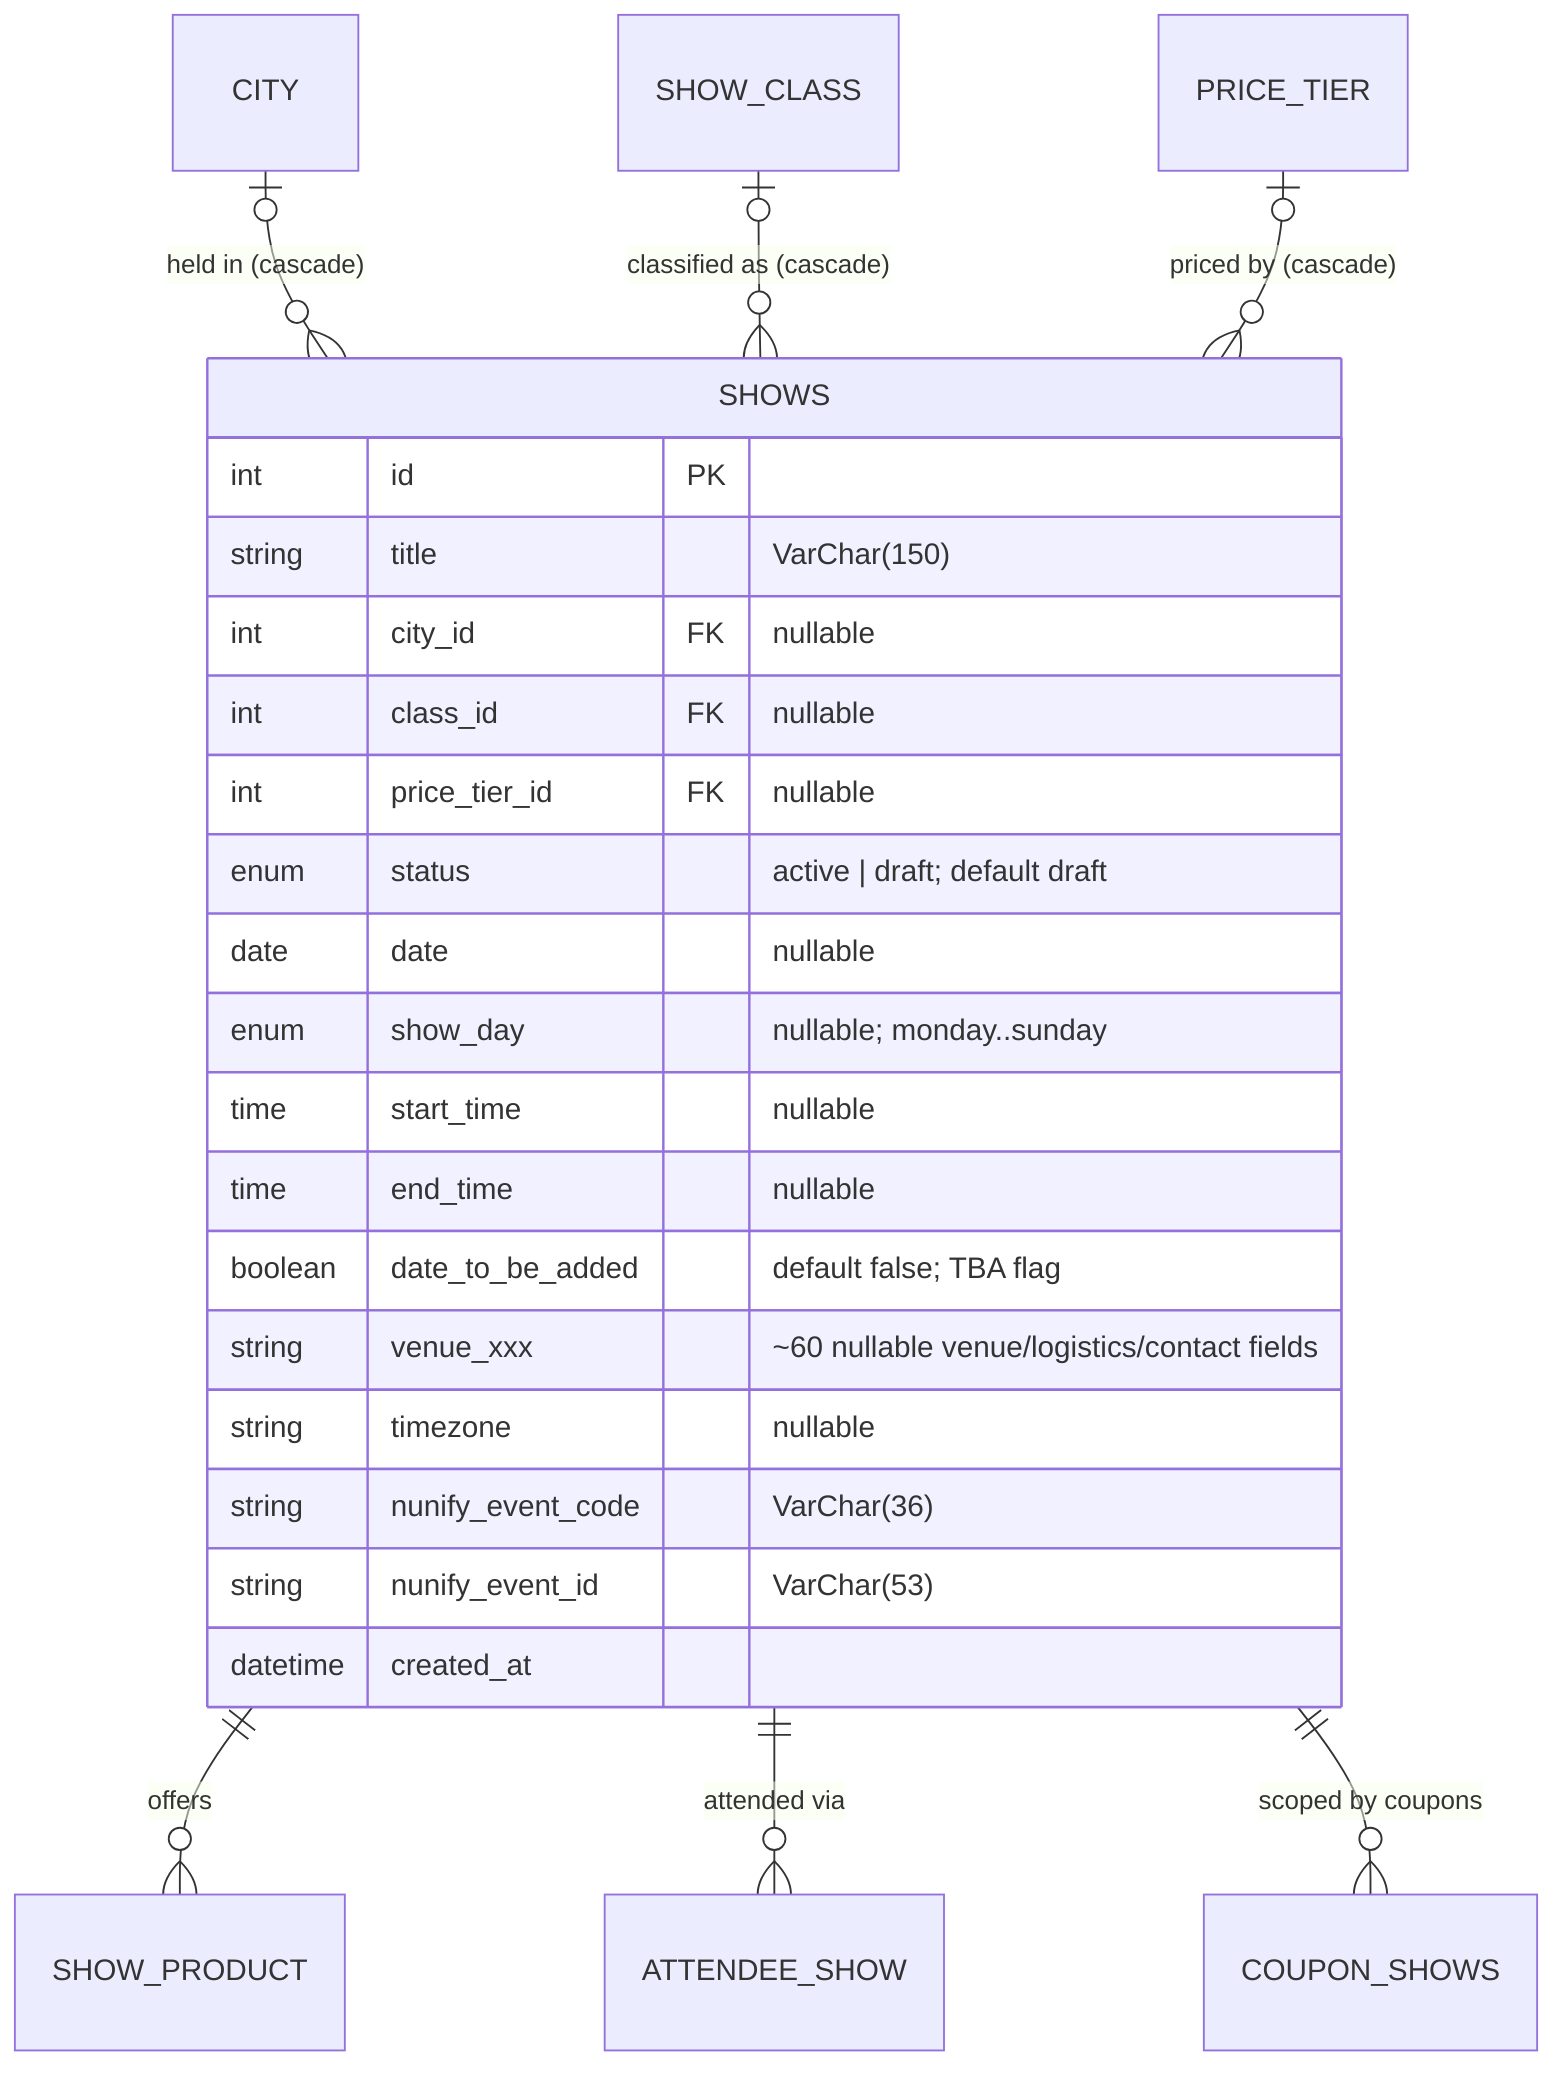
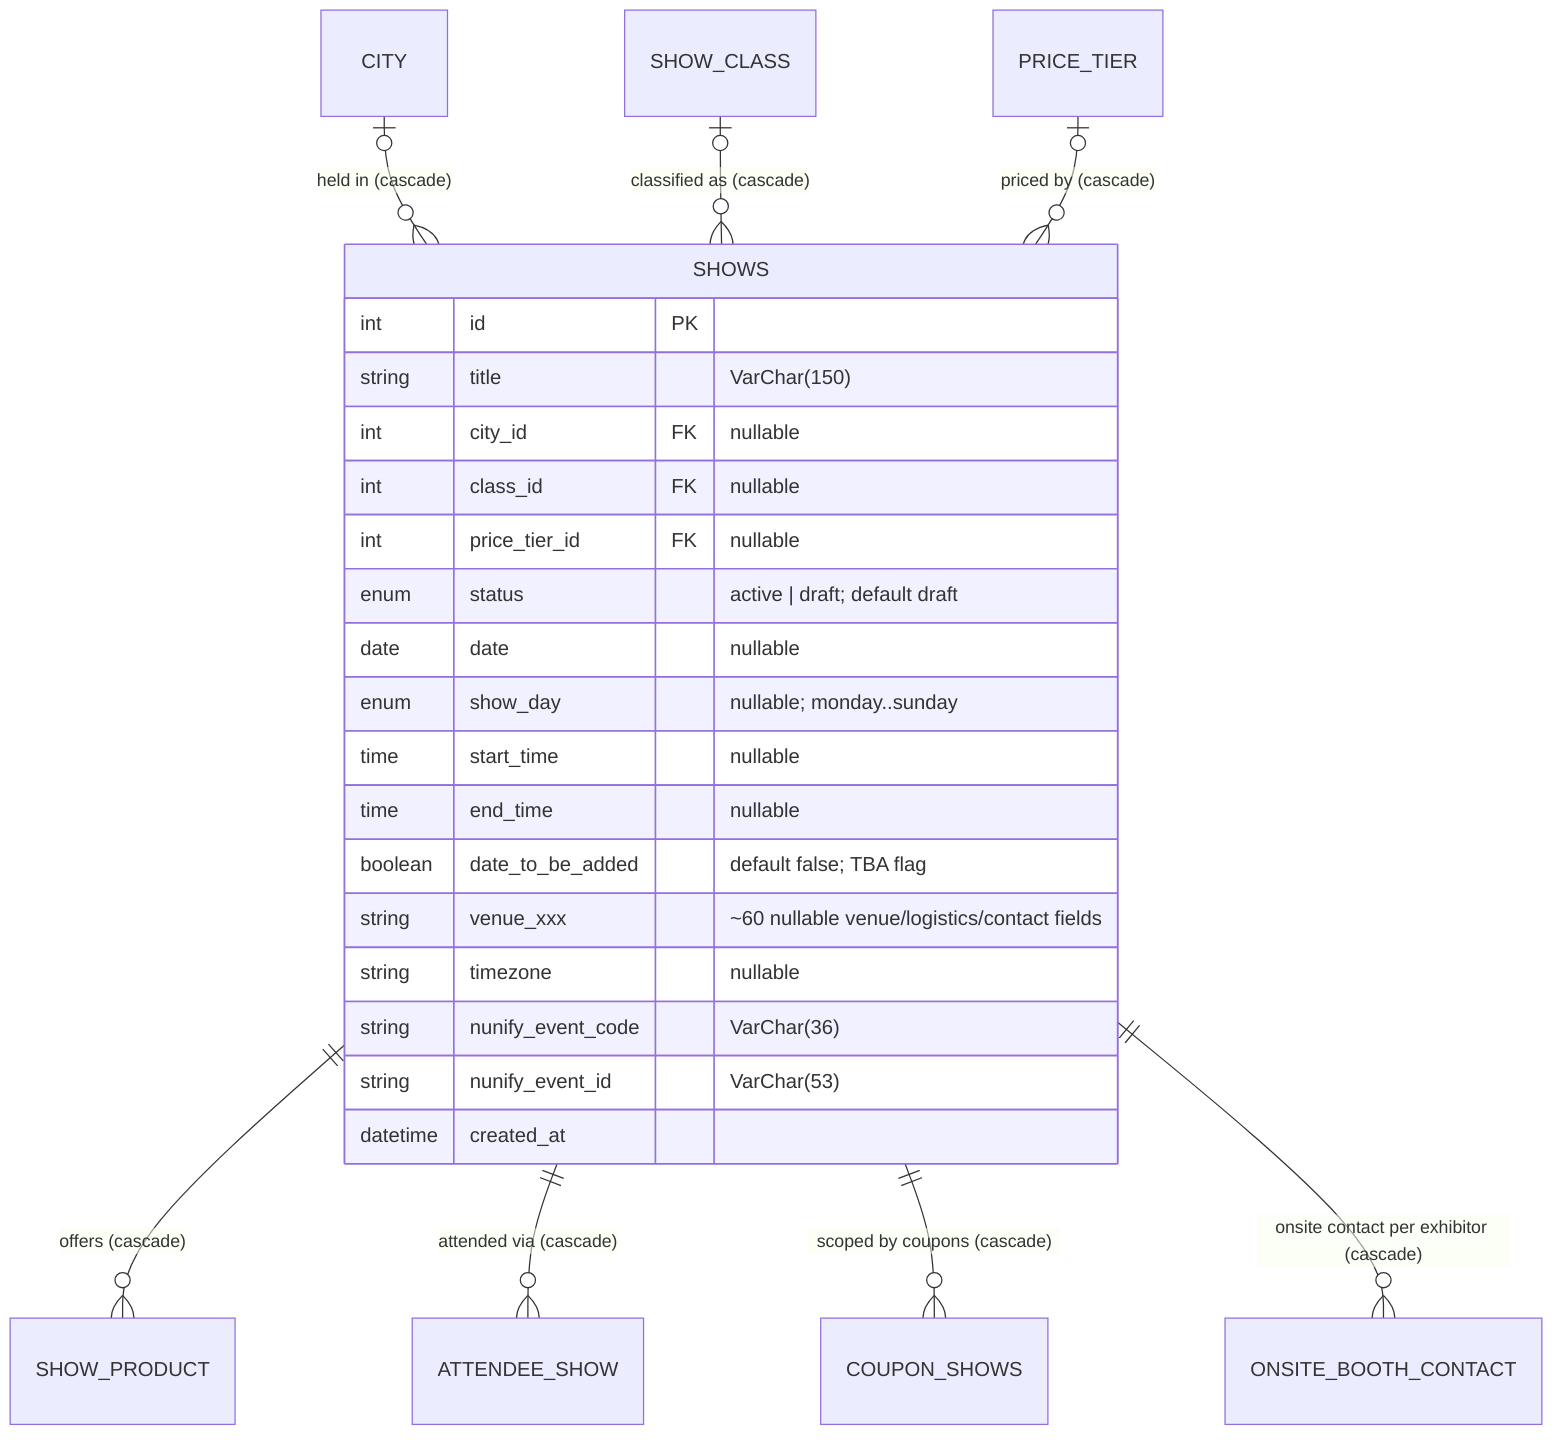
erDiagram
    CITY                     |o--o{ SHOWS : "held in (cascade)"
    SHOW_CLASS               |o--o{ SHOWS : "classified as (cascade)"
    PRICE_TIER               |o--o{ SHOWS : "priced by (cascade)"
-     SHOWS                    ||--o{ SHOW_PRODUCT : "offers"
-     SHOWS                    ||--o{ ATTENDEE_SHOW : "attended via"
-     SHOWS                    ||--o{ COUPON_SHOWS : "scoped by coupons"
+     SHOWS                    ||--o{ SHOW_PRODUCT : "offers (cascade)"
+     SHOWS                    ||--o{ ATTENDEE_SHOW : "attended via (cascade)"
+     SHOWS                    ||--o{ COUPON_SHOWS : "scoped by coupons (cascade)"
+     SHOWS                    ||--o{ ONSITE_BOOTH_CONTACT : "onsite contact per exhibitor (cascade)"

    SHOWS {
        int id PK
        string title "VarChar(150)"
        int city_id FK "nullable"
        int class_id FK "nullable"
        int price_tier_id FK "nullable"
        enum status "active | draft; default draft"
        date date "nullable"
        enum show_day "nullable; monday..sunday"
        time start_time "nullable"
        time end_time "nullable"
        boolean date_to_be_added "default false; TBA flag"
        string venue_xxx "~60 nullable venue/logistics/contact fields"
        string timezone "nullable"
        string nunify_event_code "VarChar(36)"
        string nunify_event_id "VarChar(53)"
        datetime created_at
    }
